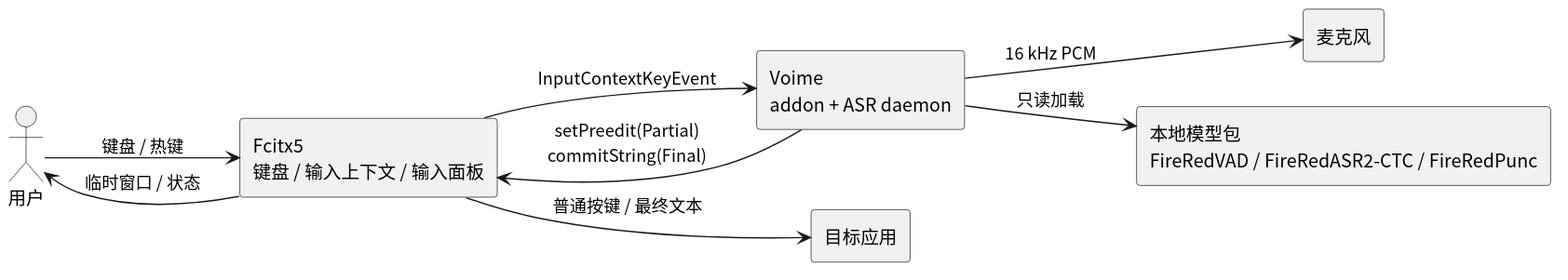
54m43lJ/voime keeps this PlantUML diagram as diagram/general-architecture.svg. Above is the earlier version.
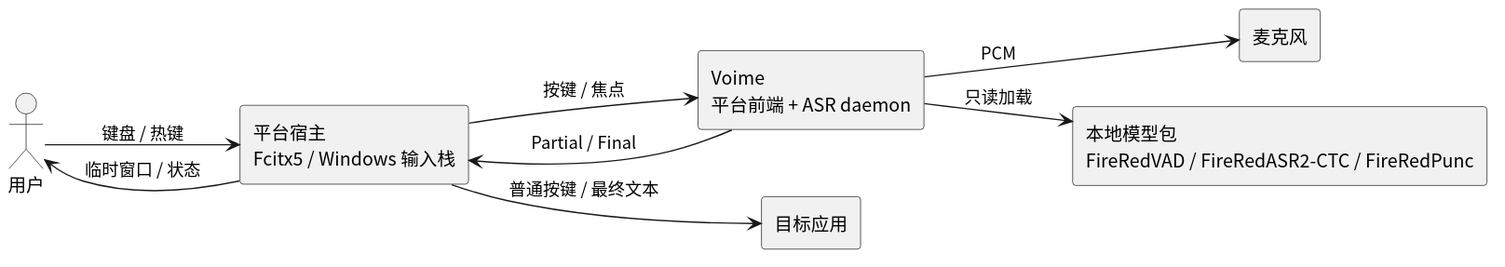
Above is the later version.

Change to the diagram source:
```diff
@@ -5,17 +5,17 @@
 left to right direction
 
 actor "用户" as User
-component "Fcitx5\n键盘 / 输入上下文 / 输入面板" as Fcitx
-component "Voime\naddon + ASR daemon" as Voime
+component "平台宿主\nFcitx5 / Windows 输入栈" as Host
+component "Voime\n平台前端 + ASR daemon" as Voime
 component "目标应用" as App
 component "麦克风" as Mic
 component "本地模型包\nFireRedVAD / FireRedASR2-CTC / FireRedPunc" as Models
 
-User --> Fcitx : 键盘 / 热键
-Fcitx --> Voime : InputContextKeyEvent
-Voime --> Fcitx : setPreedit(Partial)\ncommitString(Final)
-Fcitx --> App : 普通按键 / 最终文本
-Fcitx --> User : 临时窗口 / 状态
-Voime --> Mic : 16 kHz PCM
+User --> Host : 键盘 / 热键
+Host --> Voime : 按键 / 焦点
+Voime --> Host : Partial / Final
+Host --> App : 普通按键 / 最终文本
+Host --> User : 临时窗口 / 状态
+Voime --> Mic : PCM
 Voime --> Models : 只读加载
 @enduml
```
